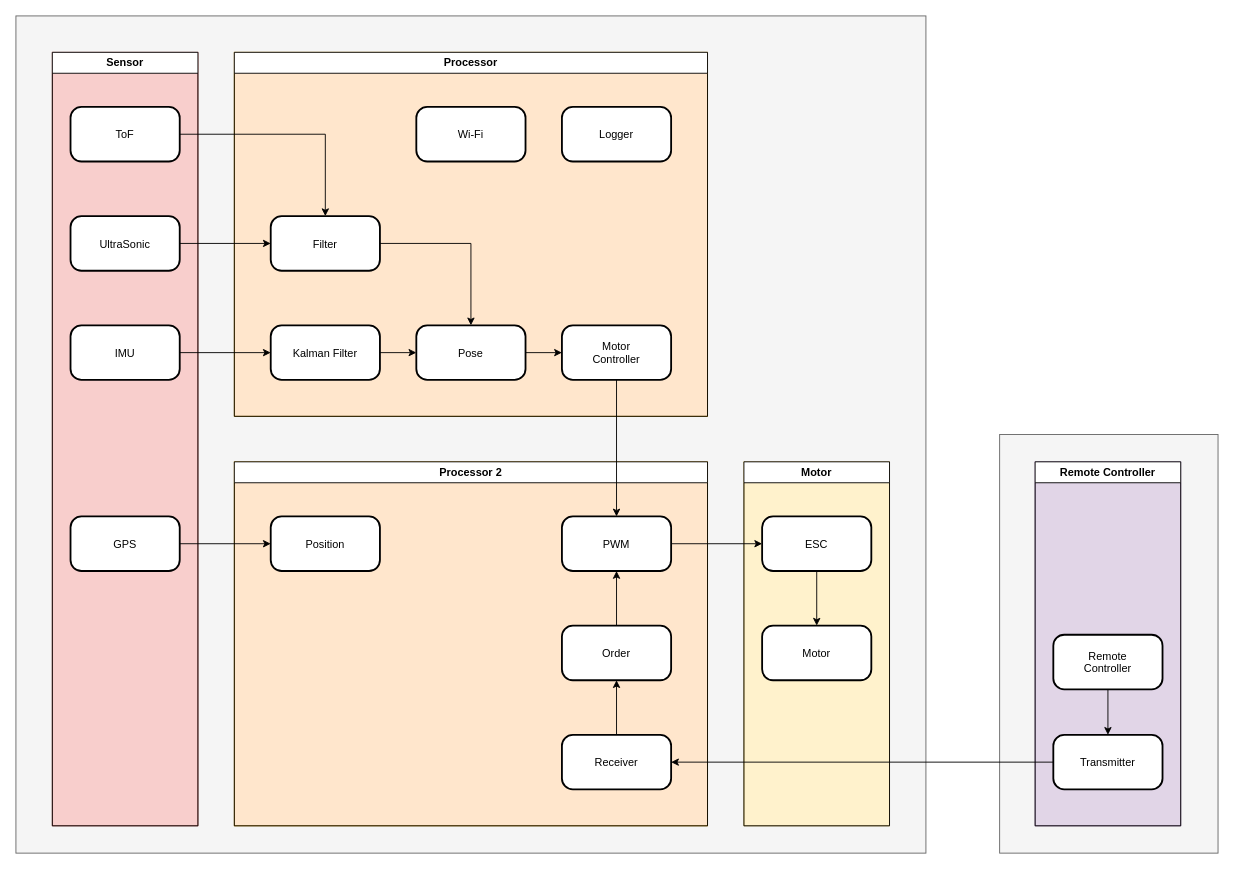
The draw.io diagram diagram/systemArchitecture.drawio in OProcessing/giantHornet, before the edit. Source tidied: cells renumbered, new cells numbered last; positions are measured from the earlier drawing's top-left corner, leaving out a move shared by most shapes. Both pictures are drawn from the tidied source at 91%, with x=0, y=0 at pixel (15, 15).
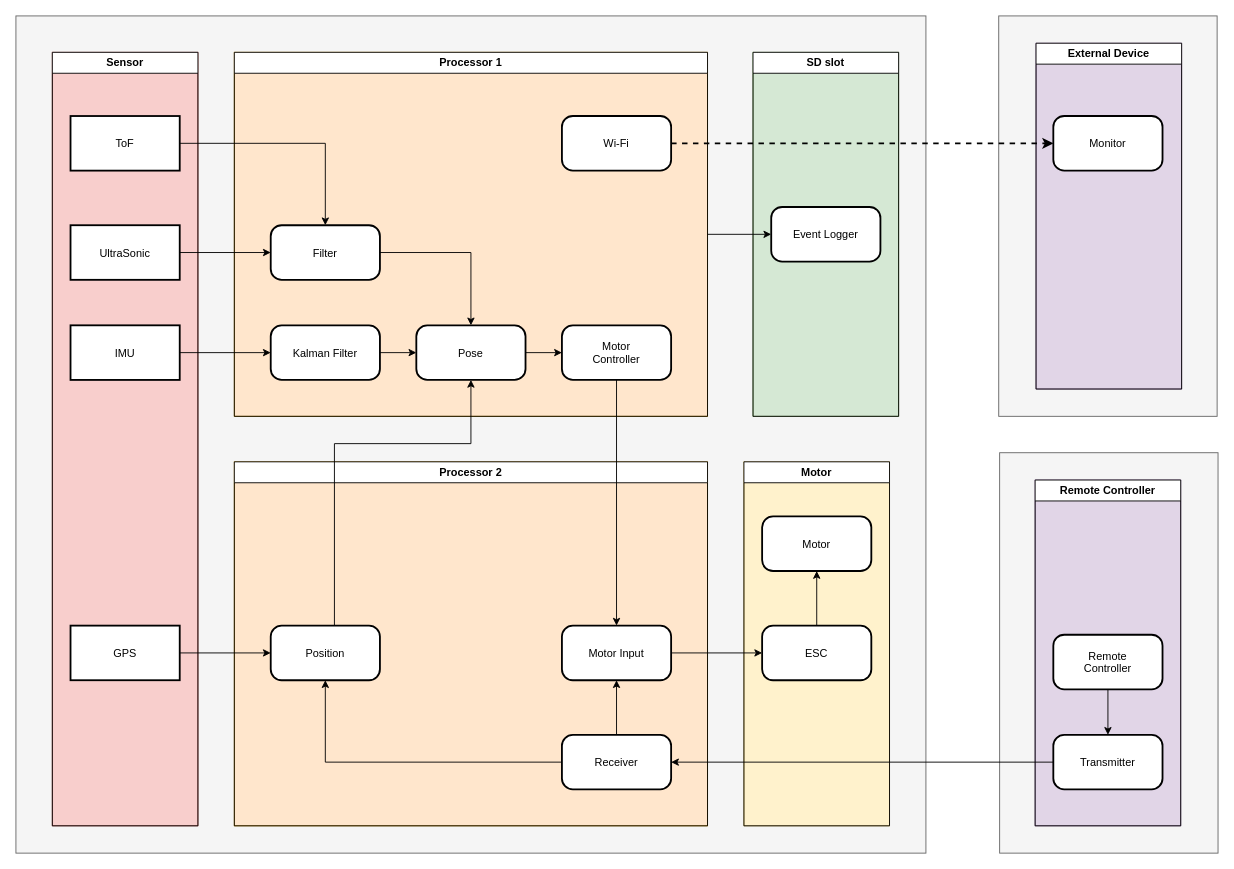
The same diagram, later.

Unchanged cells that the change refers to:
```xml
<mxCell id="5" style="rounded=0;whiteSpace=wrap;html=1;fillColor=#ffe6cc;strokeColor=#d79b00;" parent="1" vertex="1">
  <mxGeometry x="240" y="40" width="520" height="400" as="geometry" />
</mxCell>
<mxCell id="13" value="Sensor" style="swimlane;whiteSpace=wrap;html=1;rounded=0;fillStyle=solid;" parent="1" vertex="1">
  <mxGeometry x="40" y="40" width="160" height="850" as="geometry" />
</mxCell>
<mxCell id="19" value="Processor 2" style="swimlane;whiteSpace=wrap;html=1;" parent="1" vertex="1">
  <mxGeometry x="240" y="490" width="520" height="400" as="geometry" />
</mxCell>
<mxCell id="39" value="Receiver" style="rounded=1;arcSize=20;strokeWidth=2;" parent="1" vertex="1">
  <mxGeometry x="600" y="790" width="120" height="60" as="geometry" />
</mxCell>
```

Change to the diagram source:
```diff
@@
-    <mxCell id="7" style="edgeStyle=orthogonalEdgeStyle;rounded=0;jettySize=auto;html=1;" parent="1" edge="1" source="8" target="11">
-      <mxGeometry relative="1" as="geometry" />
-    </mxCell>
-    <mxCell id="8" value="Kalman Filter" style="rounded=1;arcSize=20;strokeWidth=2;" parent="1" vertex="1">
-      <mxGeometry x="280" y="340" width="120" height="60" as="geometry" />
-    </mxCell>
-    <mxCell id="9" style="edgeStyle=orthogonalEdgeStyle;rounded=0;jettySize=auto;html=1;" parent="1" edge="1" source="10" target="8">
-      <mxGeometry relative="1" as="geometry" />
-    </mxCell>
-    <mxCell id="10" value="IMU" style="rounded=1;arcSize=20;strokeWidth=2;" parent="1" vertex="1">
-      <mxGeometry x="60" y="340" width="120" height="60" as="geometry" />
-    </mxCell>
-    <mxCell id="11" value="Pose" style="rounded=1;arcSize=20;strokeWidth=2;" parent="1" vertex="1">
-      <mxGeometry x="440" y="340" width="120" height="60" as="geometry" />
-    </mxCell>
@@
+    <mxCell id="37" value="ToF" style="rounded=0;arcSize=20;strokeWidth=2;" parent="13" vertex="1">
+      <mxGeometry x="20" y="70" width="120" height="60" as="geometry" />
+    </mxCell>
-    <mxCell id="14" value="Processor" style="swimlane;whiteSpace=wrap;html=1;" parent="1" vertex="1">
+    <mxCell id="14" value="Processor 1" style="swimlane;whiteSpace=wrap;html=1;" parent="1" vertex="1">
       <mxGeometry x="240" y="40" width="520" height="400" as="geometry" />
     </mxCell>
+    <mxCell id="30" value="Motor&#10;Controller" style="rounded=1;arcSize=20;strokeWidth=2;" parent="14" vertex="1">
+      <mxGeometry x="360" y="300" width="120" height="60" as="geometry" />
+    </mxCell>
+    <mxCell id="8" value="Kalman Filter" style="rounded=1;arcSize=20;strokeWidth=2;" parent="14" vertex="1">
+      <mxGeometry x="40" y="300" width="120" height="60" as="geometry" />
+    </mxCell>
+    <mxCell id="11" value="Pose" style="rounded=1;arcSize=20;strokeWidth=2;" parent="14" vertex="1">
+      <mxGeometry x="200" y="300" width="120" height="60" as="geometry" />
+    </mxCell>
+    <mxCell id="10" value="IMU" style="rounded=0;arcSize=20;strokeWidth=2;" parent="14" vertex="1">
+      <mxGeometry x="-180" y="300" width="120" height="60" as="geometry" />
+    </mxCell>
+    <mxCell id="7" style="edgeStyle=orthogonalEdgeStyle;rounded=0;jettySize=auto;html=1;" parent="14" edge="1" source="8" target="11">
+      <mxGeometry relative="1" as="geometry" />
+    </mxCell>
+    <mxCell id="27" style="edgeStyle=orthogonalEdgeStyle;rounded=0;jettySize=auto;html=1;" parent="14" edge="1" source="11" target="30">
+      <mxGeometry relative="1" as="geometry" />
+    </mxCell>
+    <mxCell id="9" style="edgeStyle=orthogonalEdgeStyle;rounded=0;jettySize=auto;html=1;" parent="14" edge="1" source="10" target="8">
+      <mxGeometry relative="1" as="geometry" />
+    </mxCell>
+    <mxCell id="34" value="Wi-Fi" style="rounded=1;arcSize=20;strokeWidth=2;" parent="14" vertex="1">
+      <mxGeometry x="360" y="70" width="120" height="60" as="geometry" />
+    </mxCell>
     <mxCell id="15" style="rounded=0;whiteSpace=wrap;html=1;fillColor=#f5f5f5;fontColor=#333333;strokeColor=#666666;" parent="1" vertex="1">
-      <mxGeometry x="1081" y="460" width="240" height="460" as="geometry" />
+      <mxGeometry x="1081" y="480" width="240" height="440" as="geometry" />
     </mxCell>
     <mxCell id="16" style="rounded=0;whiteSpace=wrap;html=1;fillColor=#e1d5e7;strokeColor=#9673a6;" parent="1" vertex="1">
-      <mxGeometry x="1120" y="490" width="160" height="400" as="geometry" />
+      <mxGeometry x="1120" y="510" width="160" height="380" as="geometry" />
     </mxCell>
     <mxCell id="17" value="Remote Controller" style="swimlane;whiteSpace=wrap;html=1;" parent="1" vertex="1">
-      <mxGeometry x="1120" y="490" width="160" height="400" as="geometry" />
+      <mxGeometry x="1120" y="510" width="160" height="380" as="geometry" />
     </mxCell>
@@
-    <mxCell id="20" value="PWM" style="rounded=1;arcSize=20;strokeWidth=2;" parent="1" vertex="1">
-      <mxGeometry x="600" y="550" width="120" height="60" as="geometry" />
+    <mxCell id="20" value="Motor Input" style="rounded=1;arcSize=20;strokeWidth=2;" parent="19" vertex="1">
+      <mxGeometry x="360" y="180" width="120" height="60" as="geometry" />
     </mxCell>
     <mxCell id="21" style="edgeStyle=orthogonalEdgeStyle;rounded=0;jettySize=auto;html=1;" parent="1" edge="1" source="20" target="44">
       <mxGeometry relative="1" as="geometry">
         <Array as="points">
-          <mxPoint x="830" y="580" />
-          <mxPoint x="830" y="580" />
+          <mxPoint x="830" y="700" />
         </Array>
       </mxGeometry>
     </mxCell>
-    <mxCell id="22" value="Order" style="rounded=1;arcSize=20;strokeWidth=2;" parent="1" vertex="1">
-      <mxGeometry x="600" y="670" width="120" height="60" as="geometry" />
-    </mxCell>
-    <mxCell id="23" style="edgeStyle=orthogonalEdgeStyle;rounded=0;jettySize=auto;html=1;" parent="1" edge="1" source="39" target="22">
-      <mxGeometry relative="1" as="geometry" />
-    </mxCell>
@@
-    <mxCell id="27" style="edgeStyle=orthogonalEdgeStyle;rounded=0;jettySize=auto;html=1;" parent="1" edge="1" source="11" target="30">
-      <mxGeometry relative="1" as="geometry" />
-    </mxCell>
-    <mxCell id="28" style="edgeStyle=orthogonalEdgeStyle;rounded=0;jettySize=auto;html=1;" parent="1" edge="1" source="22" target="20">
-      <mxGeometry relative="1" as="geometry" />
-    </mxCell>
@@
-    <mxCell id="30" value="Motor&#10;Controller" style="rounded=1;arcSize=20;strokeWidth=2;" parent="1" vertex="1">
-      <mxGeometry x="600" y="340" width="120" height="60" as="geometry" />
-    </mxCell>
     <mxCell id="31" value="Filter" style="rounded=1;arcSize=20;strokeWidth=2;" parent="1" vertex="1">
-      <mxGeometry x="280" y="220" width="120" height="60" as="geometry" />
+      <mxGeometry x="280" y="230" width="120" height="60" as="geometry" />
     </mxCell>
@@
-    <mxCell id="34" value="Wi-Fi" style="rounded=1;arcSize=20;strokeWidth=2;" parent="1" vertex="1">
-      <mxGeometry x="440" y="100" width="120" height="60" as="geometry" />
-    </mxCell>
@@
-    <mxCell id="36" value="Logger" style="rounded=1;arcSize=20;strokeWidth=2;" parent="1" vertex="1">
-      <mxGeometry x="600" y="100" width="120" height="60" as="geometry" />
-    </mxCell>
-    <mxCell id="37" value="ToF" style="rounded=1;arcSize=20;strokeWidth=2;" parent="1" vertex="1">
-      <mxGeometry x="60" y="100" width="120" height="60" as="geometry" />
-    </mxCell>
-    <mxCell id="38" value="UltraSonic" style="rounded=1;arcSize=20;strokeWidth=2;" parent="1" vertex="1">
-      <mxGeometry x="60" y="220" width="120" height="60" as="geometry" />
+    <mxCell id="38" value="UltraSonic" style="rounded=0;arcSize=20;strokeWidth=2;" parent="1" vertex="1">
+      <mxGeometry x="60" y="230" width="120" height="60" as="geometry" />
     </mxCell>
+    <mxCell id="46" style="edgeStyle=orthogonalEdgeStyle;rounded=0;jettySize=auto;html=1;" parent="1" edge="1" source="39" target="20">
+      <mxGeometry relative="1" as="geometry" />
+    </mxCell>
+    <mxCell id="47" style="edgeStyle=orthogonalEdgeStyle;rounded=0;jettySize=auto;html=1;" parent="1" edge="1" source="39" target="41">
+      <mxGeometry relative="1" as="geometry" />
+    </mxCell>
@@
-    <mxCell id="40" value="GPS" style="rounded=1;arcSize=20;strokeWidth=2;" parent="1" vertex="1">
-      <mxGeometry x="60" y="550" width="120" height="60" as="geometry" />
+    <mxCell id="40" value="GPS" style="rounded=0;arcSize=20;strokeWidth=2;" parent="1" vertex="1">
+      <mxGeometry x="60" y="670" width="120" height="60" as="geometry" />
     </mxCell>
+    <mxCell id="48" style="edgeStyle=orthogonalEdgeStyle;rounded=0;jettySize=auto;html=1;" parent="1" edge="1" source="41" target="11">
+      <mxGeometry relative="1" as="geometry">
+        <Array as="points">
+          <mxPoint x="350" y="470" />
+          <mxPoint x="500" y="470" />
+        </Array>
+      </mxGeometry>
+    </mxCell>
     <mxCell id="41" value="Position" style="rounded=1;arcSize=20;strokeWidth=2;" parent="1" vertex="1">
-      <mxGeometry x="280" y="550" width="120" height="60" as="geometry" />
+      <mxGeometry x="280" y="670" width="120" height="60" as="geometry" />
     </mxCell>
@@
     <mxCell id="43" value="Motor" style="rounded=1;arcSize=20;strokeWidth=2;" parent="1" vertex="1">
-      <mxGeometry x="820" y="670" width="120" height="60" as="geometry" />
+      <mxGeometry x="820" y="550" width="120" height="60" as="geometry" />
     </mxCell>
     <mxCell id="44" value="ESC" style="rounded=1;arcSize=20;strokeWidth=2;" parent="1" vertex="1">
-      <mxGeometry x="820" y="550" width="120" height="60" as="geometry" />
+      <mxGeometry x="820" y="670" width="120" height="60" as="geometry" />
     </mxCell>
@@
+    <mxCell id="49" style="rounded=0;whiteSpace=wrap;html=1;fillColor=#f5f5f5;fontColor=#333333;strokeColor=#666666;" parent="1" vertex="1">
+      <mxGeometry x="1080" width="240" height="440" as="geometry" />
+    </mxCell>
+    <mxCell id="50" style="rounded=0;whiteSpace=wrap;html=1;fillColor=#e1d5e7;strokeColor=#9673a6;" parent="1" vertex="1">
+      <mxGeometry x="1121" y="30" width="160" height="380" as="geometry" />
+    </mxCell>
+    <mxCell id="51" value="External Device" style="swimlane;whiteSpace=wrap;html=1;" parent="1" vertex="1">
+      <mxGeometry x="1121" y="30" width="160" height="380" as="geometry" />
+    </mxCell>
+    <mxCell id="52" value="Monitor" style="rounded=1;arcSize=20;strokeWidth=2;" parent="51" vertex="1">
+      <mxGeometry x="19" y="80" width="120" height="60" as="geometry" />
+    </mxCell>
+    <mxCell id="53" style="rounded=0;whiteSpace=wrap;html=1;fillColor=#d5e8d4;strokeColor=#82b366;" parent="1" vertex="1">
+      <mxGeometry x="810" y="40" width="160" height="400" as="geometry" />
+    </mxCell>
+    <mxCell id="54" value="SD slot" style="swimlane;whiteSpace=wrap;html=1;" parent="1" vertex="1">
+      <mxGeometry x="810" y="40" width="160" height="400" as="geometry" />
+    </mxCell>
+    <mxCell id="36" value="Event Logger" style="rounded=1;arcSize=20;strokeWidth=2;" parent="54" vertex="1">
+      <mxGeometry x="20" y="170" width="120" height="60" as="geometry" />
+    </mxCell>
+    <mxCell id="55" style="edgeStyle=orthogonalEdgeStyle;rounded=0;jettySize=auto;html=1;curved=0;jumpStyle=none;dashed=1;strokeWidth=2;" parent="1" edge="1" source="34" target="52">
+      <mxGeometry relative="1" as="geometry" />
+    </mxCell>
+    <mxCell id="56" style="edgeStyle=orthogonalEdgeStyle;rounded=0;jettySize=auto;html=1;" parent="1" edge="1" source="5" target="36">
+      <mxGeometry relative="1" as="geometry" />
+    </mxCell>
```
